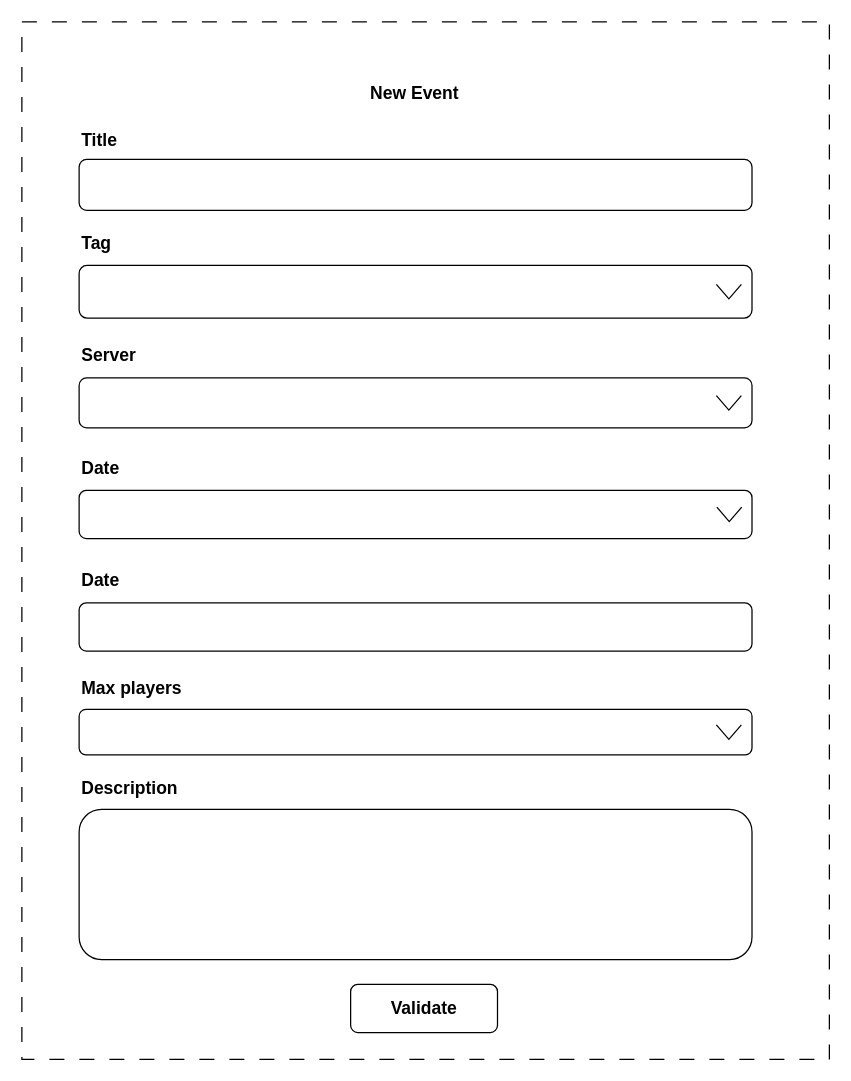
Earlier version of the draw.io diagram page "Create event formular" (3 of 3) of docs/front/formulars-wireframe.drawio (AlexandreDejour/DofusGroup). Source tidied: cells renumbered, new cells numbered last; positions are measured from the earlier drawing's top-left corner, leaving out a move shared by most shapes. Both pictures are drawn from the tidied source at 125%, with x=0, y=0 at pixel (21, 21).
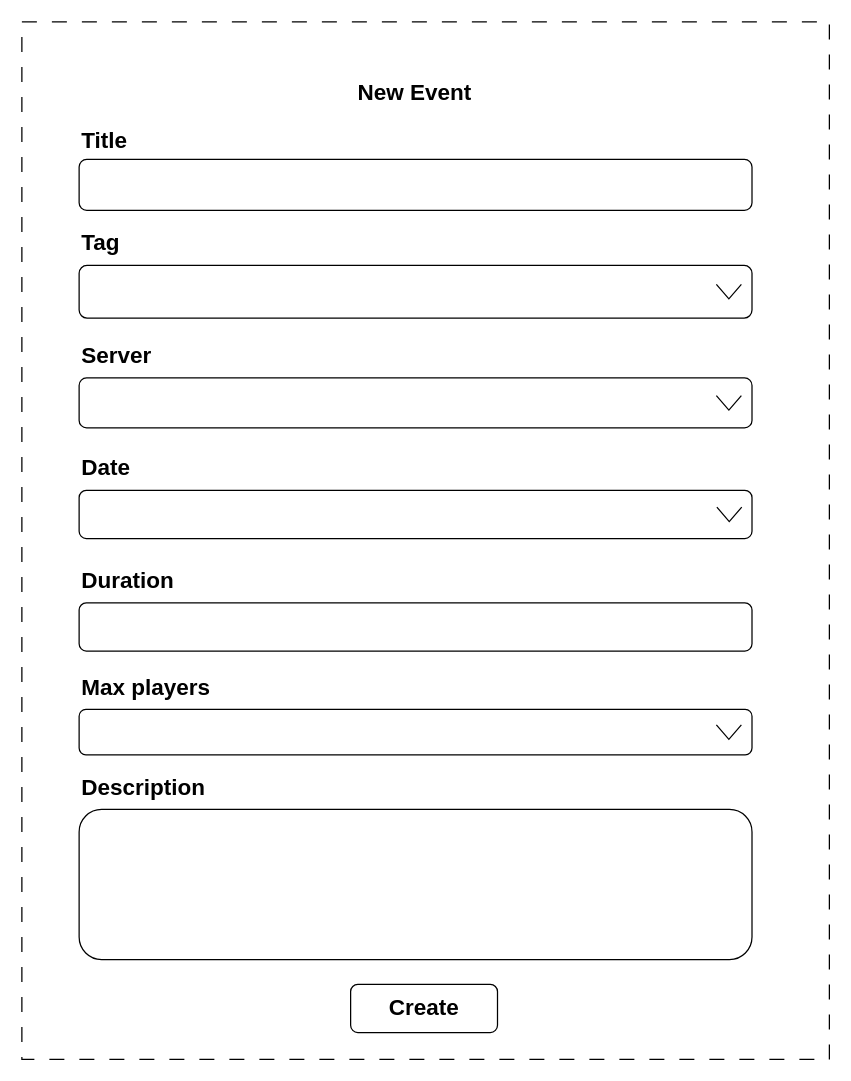
The same diagram, later.

The change refers to these unchanged cells:
```xml
<mxCell id="2" style="group;" parent="1" vertex="1">
  <mxGeometry width="646" height="830" as="geometry" />
</mxCell>
```

Change to the diagram source:
```diff
@@
-    <mxCell id="4" value="&lt;font style=&quot;font-size: 14px;&quot;&gt;&lt;b&gt;New Event&lt;/b&gt;&lt;/font&gt;" style="rounded=1;whiteSpace=wrap;html=1;fillColor=none;strokeColor=none;" parent="2" vertex="1">
+    <mxCell id="4" value="&lt;font style=&quot;font-size: 18px;&quot;&gt;&lt;b style=&quot;&quot;&gt;New Event&lt;/b&gt;&lt;/font&gt;" style="rounded=1;whiteSpace=wrap;html=1;fillColor=none;strokeColor=none;" parent="2" vertex="1">
       <mxGeometry x="65.4" y="22.1" width="499.2" height="69.6" as="geometry" />
     </mxCell>
-    <mxCell id="5" value="&lt;font style=&quot;font-size: 14px;&quot;&gt;&lt;b&gt;Validate&lt;/b&gt;&lt;/font&gt;" style="rounded=1;whiteSpace=wrap;html=1;fillColor=none;" parent="2" vertex="1">
+    <mxCell id="5" value="&lt;font style=&quot;font-size: 18px;&quot;&gt;&lt;b style=&quot;&quot;&gt;Create&lt;/b&gt;&lt;/font&gt;" style="rounded=1;whiteSpace=wrap;html=1;fillColor=none;" parent="2" vertex="1">
       <mxGeometry x="263" y="770" width="117.5" height="38.5" as="geometry" />
     </mxCell>
@@
-    <mxCell id="7" value="&lt;span style=&quot;font-size: 14px;&quot;&gt;&lt;b&gt;Title&lt;/b&gt;&lt;/span&gt;" style="text;html=1;align=left;verticalAlign=middle;whiteSpace=wrap;rounded=0;" parent="2" vertex="1">
+    <mxCell id="7" value="&lt;b style=&quot;&quot;&gt;&lt;font style=&quot;font-size: 18px;&quot;&gt;Title&lt;/font&gt;&lt;/b&gt;" style="text;html=1;align=left;verticalAlign=middle;whiteSpace=wrap;rounded=0;" parent="2" vertex="1">
       <mxGeometry x="45.8" y="79.4" width="86.1" height="30.6" as="geometry" />
     </mxCell>
@@
-    <mxCell id="9" value="&lt;span style=&quot;font-size: 14px;&quot;&gt;&lt;b&gt;Tag&lt;/b&gt;&lt;/span&gt;" style="text;html=1;align=left;verticalAlign=middle;whiteSpace=wrap;rounded=0;" parent="2" vertex="1">
+    <mxCell id="9" value="&lt;b style=&quot;&quot;&gt;&lt;font style=&quot;font-size: 18px;&quot;&gt;Tag&lt;/font&gt;&lt;/b&gt;" style="text;html=1;align=left;verticalAlign=middle;whiteSpace=wrap;rounded=0;" parent="2" vertex="1">
       <mxGeometry x="45.8" y="160" width="86.1" height="34.8" as="geometry" />
     </mxCell>
@@
-    <mxCell id="12" value="&lt;span style=&quot;font-size: 14px;&quot;&gt;&lt;b&gt;Date&lt;/b&gt;&lt;/span&gt;" style="text;html=1;align=left;verticalAlign=middle;whiteSpace=wrap;rounded=0;" parent="2" vertex="1">
+    <mxCell id="12" value="&lt;b style=&quot;&quot;&gt;&lt;font style=&quot;font-size: 18px;&quot;&gt;Date&lt;/font&gt;&lt;/b&gt;" style="text;html=1;align=left;verticalAlign=middle;whiteSpace=wrap;rounded=0;" parent="2" vertex="1">
       <mxGeometry x="45.8" y="340" width="86.1" height="34.8" as="geometry" />
     </mxCell>
@@
-    <mxCell id="15" value="&lt;span style=&quot;font-size: 14px;&quot;&gt;&lt;b&gt;Max players&lt;/b&gt;&lt;/span&gt;" style="text;html=1;align=left;verticalAlign=middle;whiteSpace=wrap;rounded=0;" parent="2" vertex="1">
-      <mxGeometry x="45.8" y="515.2" width="86.1" height="34.8" as="geometry" />
+    <mxCell id="15" value="&lt;b style=&quot;&quot;&gt;&lt;font style=&quot;font-size: 18px;&quot;&gt;Max players&lt;/font&gt;&lt;/b&gt;" style="text;html=1;align=left;verticalAlign=middle;whiteSpace=wrap;rounded=0;" parent="2" vertex="1">
+      <mxGeometry x="45.8" y="515.2" width="124.2" height="34.8" as="geometry" />
     </mxCell>
@@
-    <mxCell id="18" value="&lt;span style=&quot;font-size: 14px;&quot;&gt;&lt;b&gt;Server&lt;/b&gt;&lt;/span&gt;" style="text;html=1;align=left;verticalAlign=middle;whiteSpace=wrap;rounded=0;" parent="2" vertex="1">
+    <mxCell id="18" value="&lt;b style=&quot;&quot;&gt;&lt;font style=&quot;font-size: 18px;&quot;&gt;Server&lt;/font&gt;&lt;/b&gt;" style="text;html=1;align=left;verticalAlign=middle;whiteSpace=wrap;rounded=0;" parent="2" vertex="1">
       <mxGeometry x="45.8" y="250" width="86.1" height="34.8" as="geometry" />
     </mxCell>
@@
-    <mxCell id="20" value="&lt;span style=&quot;font-size: 14px;&quot;&gt;&lt;b&gt;Description&lt;/b&gt;&lt;/span&gt;" style="text;html=1;align=left;verticalAlign=middle;whiteSpace=wrap;rounded=0;" parent="2" vertex="1">
+    <mxCell id="20" value="&lt;b style=&quot;&quot;&gt;&lt;font style=&quot;font-size: 18px;&quot;&gt;Description&lt;/font&gt;&lt;/b&gt;" style="text;html=1;align=left;verticalAlign=middle;whiteSpace=wrap;rounded=0;" parent="2" vertex="1">
       <mxGeometry x="45.8" y="595.2" width="86.1" height="34.8" as="geometry" />
     </mxCell>
@@
-    <mxCell id="22" value="&lt;span style=&quot;font-size: 14px;&quot;&gt;&lt;b&gt;Date&lt;/b&gt;&lt;/span&gt;" style="text;html=1;align=left;verticalAlign=middle;whiteSpace=wrap;rounded=0;" parent="2" vertex="1">
+    <mxCell id="22" value="&lt;b style=&quot;&quot;&gt;&lt;font style=&quot;font-size: 18px;&quot;&gt;Duration&lt;/font&gt;&lt;/b&gt;" style="text;html=1;align=left;verticalAlign=middle;whiteSpace=wrap;rounded=0;" parent="2" vertex="1">
       <mxGeometry x="45.8" y="430" width="86.1" height="34.8" as="geometry" />
     </mxCell>
```
